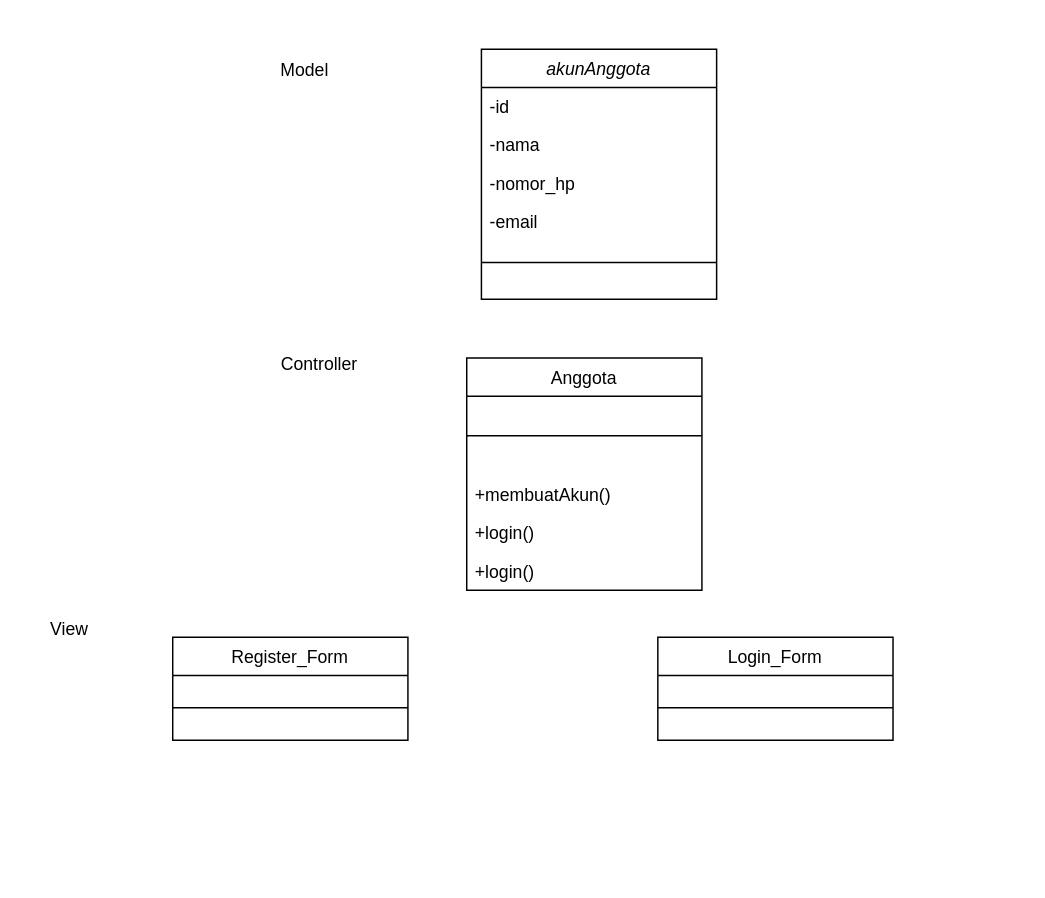
irfanshow/UML keeps this draw.io diagram as ADSI Pert 6.drawio. Above is the earlier version. Source tidied: cells renumbered, new cells numbered last; positions are measured from the earlier drawing's top-left corner, leaving out a move shared by most shapes. Both pictures are drawn from the tidied source at 147%, with x=0, y=0 at pixel (25, 49).
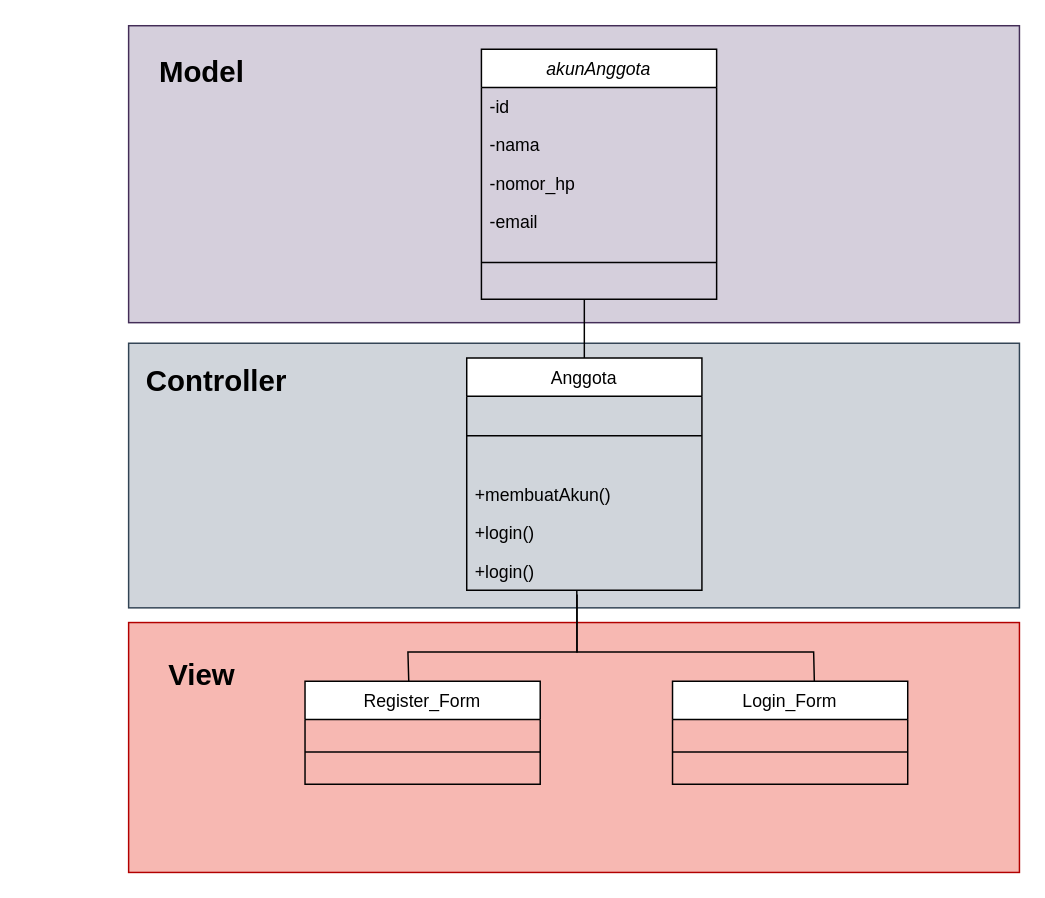
Above is the later version.

The change refers to these unchanged cells:
```xml
<mxCell id="8" value="Anggota" style="swimlane;fontStyle=0;align=center;verticalAlign=top;horizontal=1;startSize=26;rounded=0;shadow=0;strokeWidth=1;" parent="1" vertex="1">
  <mxGeometry x="300" y="210" width="160" height="158" as="geometry" />
</mxCell>
<mxCell id="12" value="+login() " style="text;align=left;verticalAlign=top;spacingLeft=4;spacingRight=4;overflow=hidden;points=[[0,0.5],[1,0.5]];portConstraint=eastwest;" parent="8" vertex="1">
  <mxGeometry y="132" width="160" height="26" as="geometry" />
</mxCell>
```

The edit, as a diff of the source:
```diff
@@
+    <mxCell id="20" style="rounded=0;whiteSpace=wrap;html=1;fillStyle=solid;fillColor=#76608a;strokeColor=#432D57;fontColor=#ffffff;fillOpacity=30;" parent="1" vertex="1">
+      <mxGeometry x="70" y="-16" width="606" height="202" as="geometry" />
+    </mxCell>
+    <mxCell id="21" style="rounded=0;whiteSpace=wrap;html=1;fillStyle=solid;fillColor=#647687;strokeColor=#314354;fontColor=#ffffff;fillOpacity=30;" parent="1" vertex="1">
+      <mxGeometry x="70" y="200" width="606" height="180" as="geometry" />
+    </mxCell>
+    <mxCell id="22" style="rounded=0;whiteSpace=wrap;html=1;fillStyle=solid;fillColor=#e51400;strokeColor=#B20000;fontColor=#ffffff;fillOpacity=30;" parent="1" vertex="1">
+      <mxGeometry x="70" y="390" width="606" height="170" as="geometry" />
+    </mxCell>
@@
     <mxCell id="13" value="Register_Form" style="swimlane;fontStyle=0;align=center;verticalAlign=top;horizontal=1;startSize=26;rounded=0;shadow=0;strokeWidth=1;" parent="1" vertex="1">
-      <mxGeometry x="100" y="400" width="160" height="70" as="geometry" />
+      <mxGeometry x="190" y="430" width="160" height="70" as="geometry" />
     </mxCell>
@@
     <mxCell id="15" value="Login_Form" style="swimlane;fontStyle=0;align=center;verticalAlign=top;horizontal=1;startSize=26;rounded=0;shadow=0;strokeWidth=1;" parent="1" vertex="1">
-      <mxGeometry x="430" y="400" width="160" height="70" as="geometry" />
+      <mxGeometry x="440" y="430" width="160" height="70" as="geometry" />
     </mxCell>
@@
-    <mxCell id="17" value="Model" style="text;html=1;strokeColor=none;fillColor=none;align=center;verticalAlign=middle;whiteSpace=wrap;rounded=0;" parent="1" vertex="1">
-      <mxGeometry x="160" width="60" height="30" as="geometry" />
+    <mxCell id="17" value="&lt;font style=&quot;font-size: 20px;&quot;&gt;&lt;b style=&quot;font-size: 20px;&quot;&gt;Model&lt;/b&gt;&lt;/font&gt;" style="text;html=1;strokeColor=none;fillColor=none;align=center;verticalAlign=middle;whiteSpace=wrap;rounded=0;strokeWidth=1;fontSize=20;" parent="1" vertex="1">
+      <mxGeometry x="90" width="60" height="30" as="geometry" />
     </mxCell>
-    <mxCell id="18" value="Controller" style="text;html=1;strokeColor=none;fillColor=none;align=center;verticalAlign=middle;whiteSpace=wrap;rounded=0;" parent="1" vertex="1">
-      <mxGeometry x="170" y="200" width="60" height="30" as="geometry" />
+    <mxCell id="18" value="Controller" style="text;html=1;strokeColor=none;fillColor=none;align=center;verticalAlign=middle;whiteSpace=wrap;rounded=0;fontSize=20;fontStyle=1;" parent="1" vertex="1">
+      <mxGeometry x="100" y="210" width="60" height="30" as="geometry" />
     </mxCell>
-    <mxCell id="19" value="View" style="text;html=1;strokeColor=none;fillColor=none;align=center;verticalAlign=middle;whiteSpace=wrap;rounded=0;" parent="1" vertex="1">
-      <mxGeometry y="380" width="60" height="30" as="geometry" />
+    <mxCell id="19" value="View" style="text;html=1;strokeColor=none;fillColor=none;align=center;verticalAlign=middle;whiteSpace=wrap;rounded=0;fontSize=20;fontStyle=1;" parent="1" vertex="1">
+      <mxGeometry x="90" y="410" width="60" height="30" as="geometry" />
     </mxCell>
+    <mxCell id="23" style="endArrow=none;html=1;rounded=0;fontSize=20;" parent="1" edge="1" source="8">
+      <mxGeometry relative="1" as="geometry">
+        <mxPoint x="380" y="170" as="targetPoint" />
+      </mxGeometry>
+    </mxCell>
+    <mxCell id="24" style="endArrow=none;html=1;rounded=0;fontSize=20;entryX=0.469;entryY=1.115;entryDx=0;entryDy=0;entryPerimeter=0;exitX=0.441;exitY=-0.003;exitDx=0;exitDy=0;exitPerimeter=0;" parent="1" edge="1" source="13" target="12">
+      <mxGeometry relative="1" as="geometry">
+        <Array as="points">
+          <mxPoint x="260" y="410" />
+          <mxPoint x="375" y="410" />
+        </Array>
+      </mxGeometry>
+    </mxCell>
+    <mxCell id="25" style="endArrow=none;html=1;rounded=0;fontSize=20;entryX=0.468;entryY=1.007;entryDx=0;entryDy=0;entryPerimeter=0;exitX=0.603;exitY=0.004;exitDx=0;exitDy=0;exitPerimeter=0;" parent="1" edge="1" source="15" target="12">
+      <mxGeometry relative="1" as="geometry">
+        <Array as="points">
+          <mxPoint x="536" y="410" />
+          <mxPoint x="375" y="410" />
+        </Array>
+      </mxGeometry>
+    </mxCell>
```
